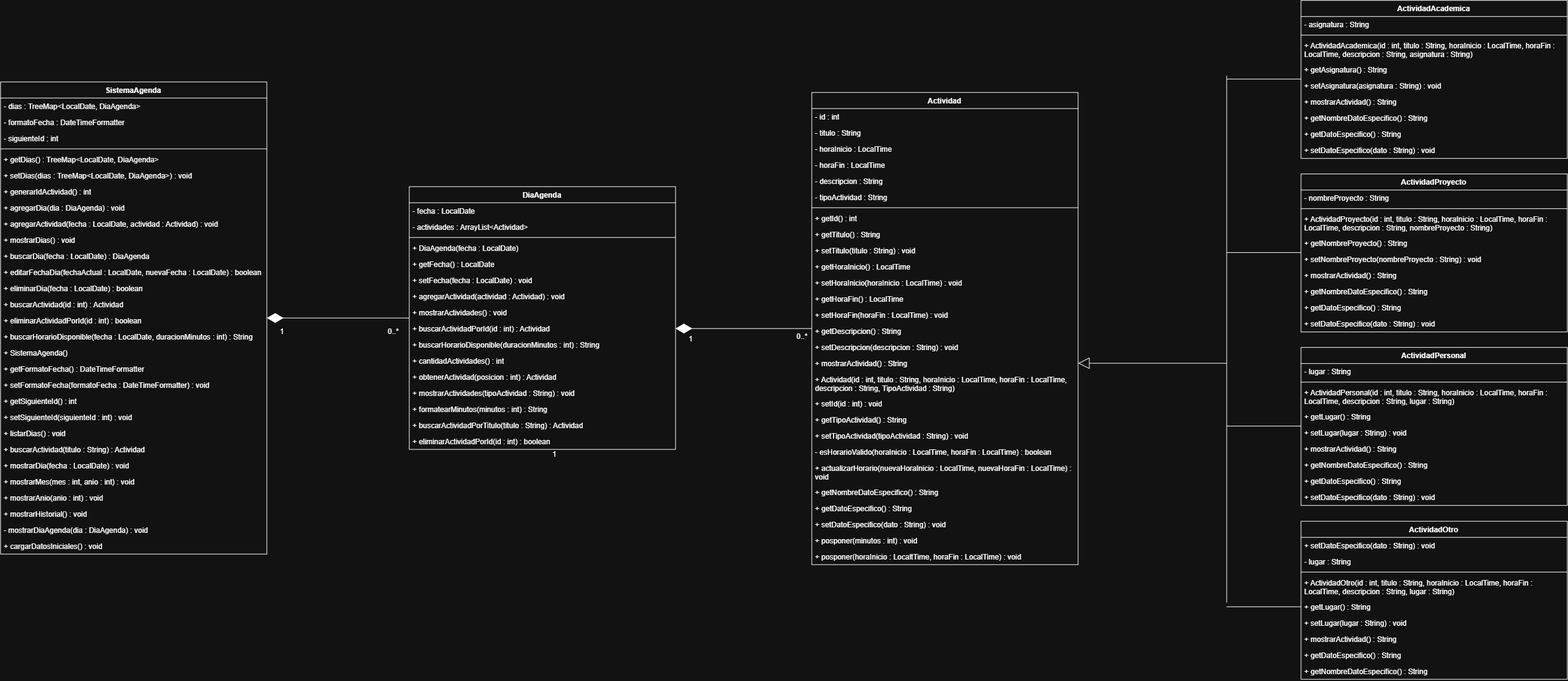
The draw.io diagram docs/DiagramaAgenda.drawio.png in giullianomartinez/SIA-GestionAgenda, before a commit. Source tidied: cells renumbered, new cells last; positions are measured from the earlier drawing's top-left corner, leaving out a move shared by most shapes.
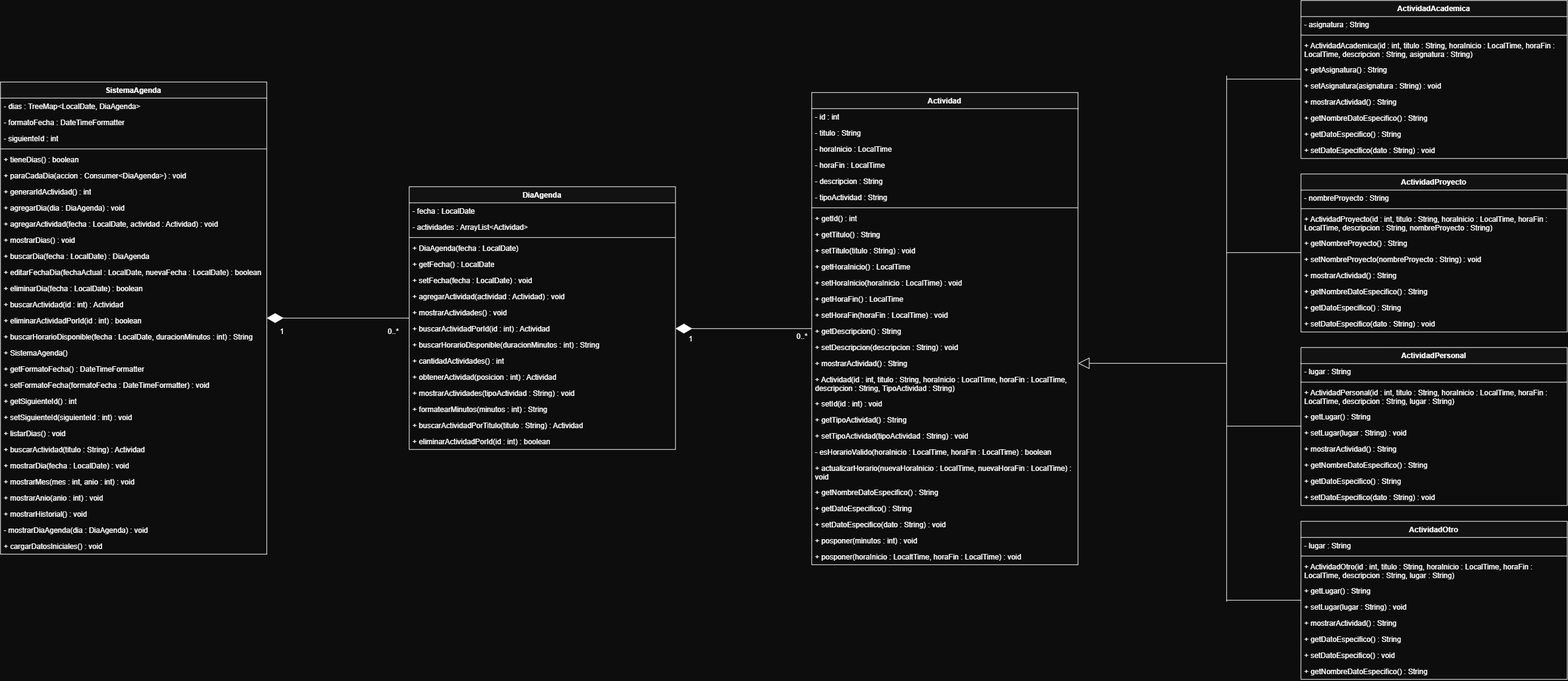
The same file after the commit.

The edit, as a diff of the source:
```diff
@@ -1,4 +1,4 @@
-<mxGraphModel>
+<mxGraphModel background="light-dark(#FFFFFF,#0D0D0D)">
   <root>
     <mxCell id="0" />
     <mxCell id="1" parent="0" />
@@ -17,10 +17,10 @@
     <mxCell id="6" style="line;strokeWidth=1;fillColor=none;align=left;verticalAlign=middle;spacingTop=-1;spacingLeft=3;spacingRight=3;labelPosition=right;strokeColor=inherit;" parent="2" vertex="1">
       <mxGeometry y="104" width="430" height="8" as="geometry" />
     </mxCell>
-    <mxCell id="7" value="+ getDias() : TreeMap&amp;lt;LocalDate, DiaAgenda&amp;gt;&lt;div&gt;&lt;br&gt;&lt;/div&gt;" style="text;strokeColor=none;fillColor=none;align=left;verticalAlign=top;spacingLeft=4;spacingRight=4;overflow=hidden;whiteSpace=wrap;html=1;" parent="2" vertex="1">
+    <mxCell id="7" value="&lt;span style=&quot;background-color: transparent; color: light-dark(rgb(0, 0, 0), rgb(255, 255, 255));&quot;&gt;+ tieneDias() : boolean&lt;/span&gt;" style="text;strokeColor=none;fillColor=none;align=left;verticalAlign=top;spacingLeft=4;spacingRight=4;overflow=hidden;whiteSpace=wrap;html=1;" parent="2" vertex="1">
       <mxGeometry y="112" width="430" height="26" as="geometry" />
     </mxCell>
-    <mxCell id="8" value="&lt;div&gt;+ setDias(dias : TreeMap&amp;lt;LocalDate, DiaAgenda&amp;gt;) : void&lt;/div&gt;" style="text;strokeColor=none;fillColor=none;align=left;verticalAlign=top;spacingLeft=4;spacingRight=4;overflow=hidden;whiteSpace=wrap;html=1;" parent="2" vertex="1">
+    <mxCell id="8" value="&lt;div&gt;&lt;span style=&quot;background-color: transparent; color: light-dark(rgb(0, 0, 0), rgb(255, 255, 255));&quot;&gt;+ paraCadaDia(accion : Consumer&amp;lt;DiaAgenda&amp;gt;) : void&lt;/span&gt;&lt;/div&gt;" style="text;strokeColor=none;fillColor=none;align=left;verticalAlign=top;spacingLeft=4;spacingRight=4;overflow=hidden;whiteSpace=wrap;html=1;" parent="2" vertex="1">
       <mxGeometry y="138" width="430" height="26" as="geometry" />
     </mxCell>
     <mxCell id="9" value="&lt;div&gt;+ generarIdActividad() : int&lt;/div&gt;" style="text;strokeColor=none;fillColor=none;align=left;verticalAlign=top;spacingLeft=4;spacingRight=4;overflow=hidden;whiteSpace=wrap;html=1;" parent="2" vertex="1">
@@ -323,30 +323,30 @@
     <mxCell id="108" value="ActividadOtro" style="swimlane;fontStyle=1;align=center;verticalAlign=top;horizontal=1;startSize=26;whiteSpace=wrap;html=1;" parent="1" vertex="1">
       <mxGeometry x="2100" y="840.5" width="430" height="255" as="geometry" />
     </mxCell>
-    <mxCell id="109" value="&lt;div&gt;+ setDatoEspecifico(dato : String) : void&lt;/div&gt;" style="text;strokeColor=none;fillColor=none;align=left;verticalAlign=top;spacingLeft=4;spacingRight=4;overflow=hidden;whiteSpace=wrap;html=1;" parent="108" vertex="1">
-      <mxGeometry y="26" width="430" height="26" as="geometry" />
-    </mxCell>
     <mxCell id="110" value="- lugar : String" style="text;strokeColor=none;fillColor=none;align=left;verticalAlign=top;spacingLeft=4;spacingRight=4;overflow=hidden;whiteSpace=wrap;html=1;" parent="108" vertex="1">
-      <mxGeometry y="52" width="430" height="26" as="geometry" />
+      <mxGeometry y="26" width="430" height="26" as="geometry" />
     </mxCell>
     <mxCell id="111" style="line;strokeWidth=1;fillColor=none;align=left;verticalAlign=middle;spacingTop=-1;spacingLeft=3;spacingRight=3;labelPosition=right;strokeColor=inherit;" parent="108" vertex="1">
-      <mxGeometry y="78" width="430" height="8" as="geometry" />
+      <mxGeometry y="52" width="430" height="8" as="geometry" />
     </mxCell>
     <mxCell id="112" value="&lt;div&gt;+ ActividadOtro(id : int, titulo : String, horaInicio : LocalTime, horaFin : LocalTime, descripcion : String, lugar : String)&lt;/div&gt;" style="text;strokeColor=none;fillColor=none;align=left;verticalAlign=top;spacingLeft=4;spacingRight=4;overflow=hidden;whiteSpace=wrap;html=1;" parent="108" vertex="1">
-      <mxGeometry y="86" width="430" height="39" as="geometry" />
+      <mxGeometry y="60" width="430" height="39" as="geometry" />
     </mxCell>
     <mxCell id="113" value="&lt;div&gt;+ getLugar() : String&amp;nbsp;&lt;/div&gt;" style="text;strokeColor=none;fillColor=none;align=left;verticalAlign=top;spacingLeft=4;spacingRight=4;overflow=hidden;points=[[0,0.5],[1,0.5]];portConstraint=eastwest;whiteSpace=wrap;html=1;" parent="108" vertex="1">
-      <mxGeometry y="125" width="430" height="26" as="geometry" />
+      <mxGeometry y="99" width="430" height="26" as="geometry" />
     </mxCell>
     <mxCell id="114" value="&lt;div&gt;+ setLugar(lugar : String) : void&lt;/div&gt;" style="text;strokeColor=none;fillColor=none;align=left;verticalAlign=top;spacingLeft=4;spacingRight=4;overflow=hidden;whiteSpace=wrap;html=1;" parent="108" vertex="1">
-      <mxGeometry y="151" width="430" height="26" as="geometry" />
+      <mxGeometry y="125" width="430" height="26" as="geometry" />
     </mxCell>
     <mxCell id="115" value="&lt;div&gt;+ mostrarActividad() : String&lt;/div&gt;" style="text;strokeColor=none;fillColor=none;align=left;verticalAlign=top;spacingLeft=4;spacingRight=4;overflow=hidden;whiteSpace=wrap;html=1;" parent="108" vertex="1">
-      <mxGeometry y="177" width="430" height="26" as="geometry" />
+      <mxGeometry y="151" width="430" height="26" as="geometry" />
     </mxCell>
     <mxCell id="116" value="+ getDatoEspecifico() : String" style="text;strokeColor=none;fillColor=none;align=left;verticalAlign=top;spacingLeft=4;spacingRight=4;overflow=hidden;whiteSpace=wrap;html=1;" parent="108" vertex="1">
-      <mxGeometry y="203" width="430" height="26" as="geometry" />
+      <mxGeometry y="177" width="430" height="26" as="geometry" />
     </mxCell>
+    <mxCell id="131" value="+ setDatoEspecifico() : void" style="text;strokeColor=none;fillColor=none;align=left;verticalAlign=top;spacingLeft=4;spacingRight=4;overflow=hidden;whiteSpace=wrap;html=1;" parent="108" vertex="1">
+      <mxGeometry y="203" width="430" height="26" as="geometry" />
+    </mxCell>
     <mxCell id="117" value="&lt;div&gt;+ getNombreDatoEspecifico() : String&lt;/div&gt;" style="text;strokeColor=none;fillColor=none;align=left;verticalAlign=top;spacingLeft=4;spacingRight=4;overflow=hidden;whiteSpace=wrap;html=1;" parent="108" vertex="1">
       <mxGeometry y="229" width="430" height="26" as="geometry" />
     </mxCell>
@@ -359,15 +359,13 @@
     <mxCell id="120" value="0..*" style="text;html=1;whiteSpace=wrap;strokeColor=none;fillColor=none;align=center;verticalAlign=middle;rounded=0;" parent="1" vertex="1">
       <mxGeometry x="610" y="521.5" width="50" height="26" as="geometry" />
     </mxCell>
-    <mxCell id="121" value="1" style="text;html=1;whiteSpace=wrap;strokeColor=none;fillColor=none;align=center;verticalAlign=middle;rounded=0;" parent="1" vertex="1">
-      <mxGeometry x="870" y="719.5" width="50" height="26" as="geometry" />
-    </mxCell>
     <mxCell id="122" style="endArrow=diamondThin;endFill=1;endSize=24;html=1;rounded=0;exitX=0;exitY=0.5;exitDx=0;exitDy=0;entryX=1;entryY=0.5;entryDx=0;entryDy=0;" parent="1" edge="1" source="49" target="41">
       <mxGeometry relative="1" as="geometry" />
     </mxCell>
-    <mxCell id="123" style="endArrow=none;html=1;rounded=0;entryX=0;entryY=0.5;entryDx=0;entryDy=0;" parent="1" edge="1" target="113">
+    <mxCell id="123" style="endArrow=none;html=1;rounded=0;entryX=0;entryY=0.5;entryDx=0;entryDy=0;" parent="1" edge="1">
       <mxGeometry relative="1" as="geometry">
-        <mxPoint x="1980" y="978.5" as="sourcePoint" />
+        <mxPoint x="1980" y="967.9" as="sourcePoint" />
+        <mxPoint x="2100" y="967.9" as="targetPoint" />
       </mxGeometry>
     </mxCell>
     <mxCell id="124" style="endArrow=none;html=1;rounded=0;entryX=0;entryY=0.5;entryDx=0;entryDy=0;" parent="1" edge="1">
@@ -390,7 +388,7 @@
     </mxCell>
     <mxCell id="127" style="endArrow=none;html=1;rounded=0;" parent="1" edge="1">
       <mxGeometry relative="1" as="geometry">
-        <mxPoint x="1980" y="971.5" as="sourcePoint" />
+        <mxPoint x="1980" y="970" as="sourcePoint" />
         <mxPoint x="1980" y="121.5" as="targetPoint" />
       </mxGeometry>
     </mxCell>
```
